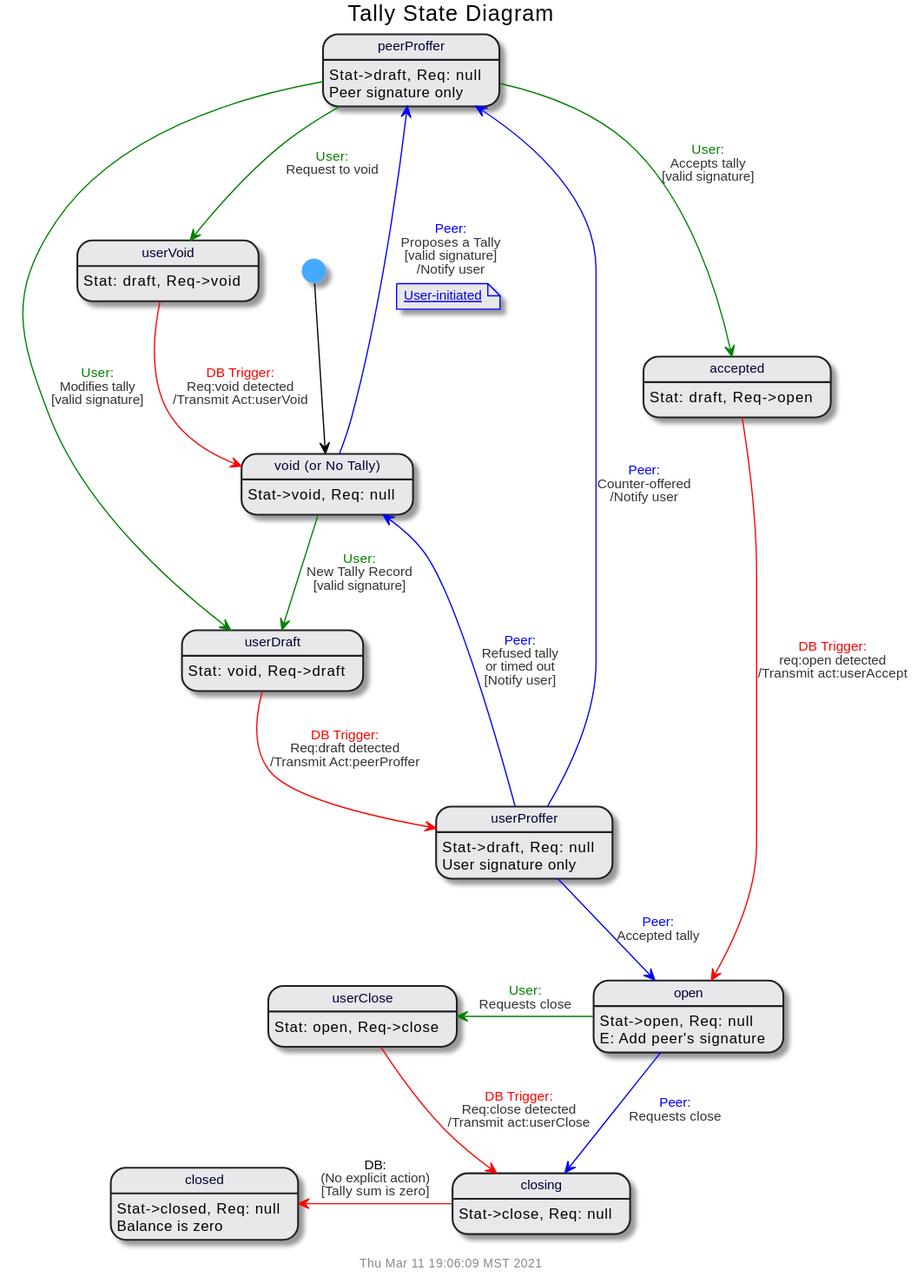
The PlantUML diagram doc/uml/state-tally.svg in gotchoices/MyCHIPs, before a commit.
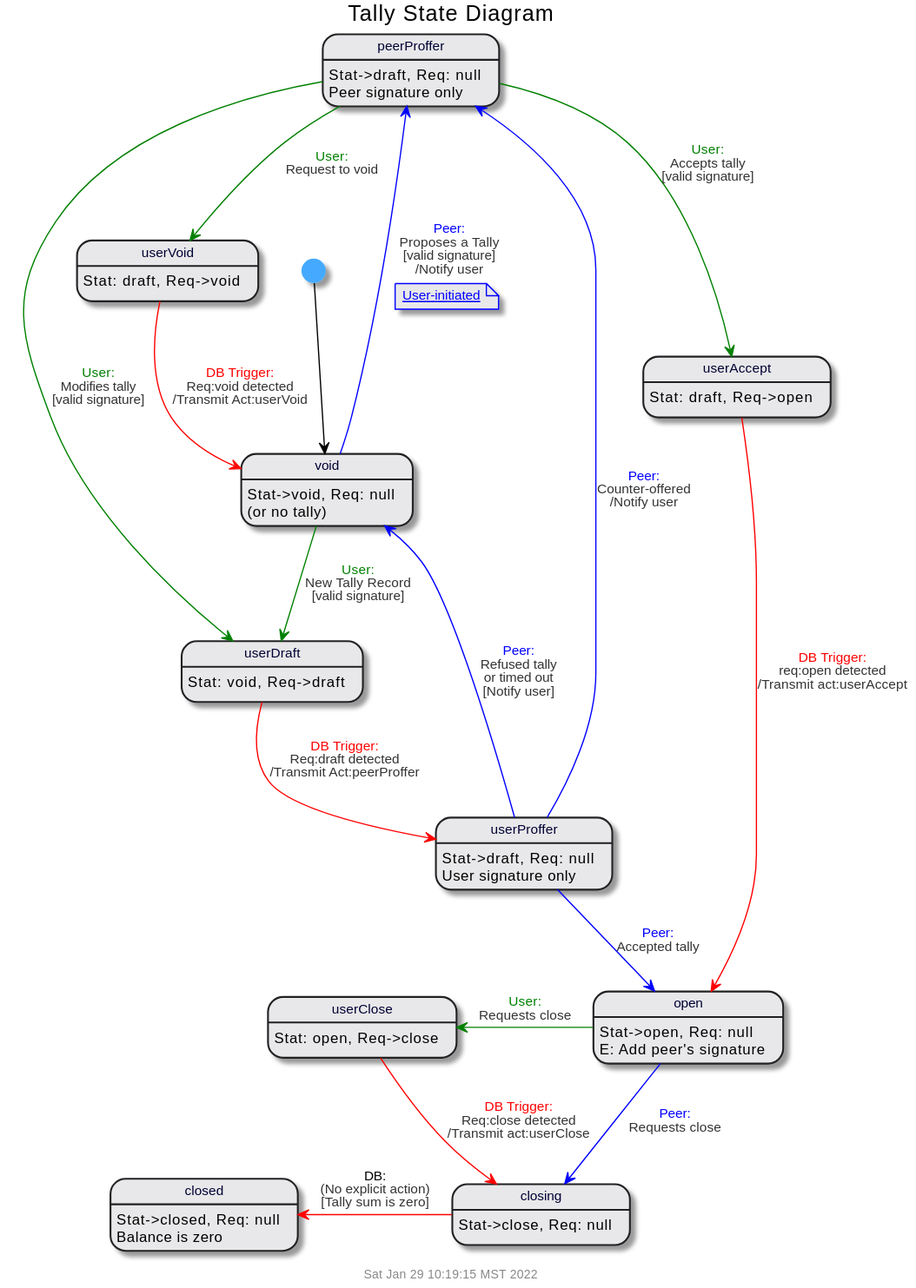
After the change.

The edit, as a diff of the source:
```diff
@@ -3,13 +3,13 @@
 
 $title(Tally State Diagram)
 [*] --> void
-state "void  (or No Tally)" as void
+state "void" as void
 
 userVoid : Stat: draft, Req->void
-accepted : Stat: draft, Req->open
+userAccept : Stat: draft, Req->open
 userDraft : Stat: void, Req->draft
 userClose : Stat: open, Req->close
-void : Stat->void, Req: null
+void : Stat->void, Req: null\n(or no tally)
 open : Stat->open, Req: null
 closing : Stat->close, Req: null
 peerProffer : Stat->draft, Req: null
@@ -30,9 +30,9 @@
 
 peerProffer -[$user]-> userVoid : $trans($user,Request to void)
 peerProffer -[$user]-> userDraft : $trans($user,Modifies tally,valid signature)
-peerProffer -[$user]-> accepted : $trans($user,Accepts tally,valid signature)
+peerProffer -[$user]-> userAccept : $trans($user,Accepts tally,valid signature)
 
-accepted -[$db]-> open : $trans($db,req:open detected,'',Transmit act:userAccept)
+userAccept -[$db]-> open : $trans($db,req:open detected,'',Transmit act:userAccept)
 
 userDraft -[$db]-> userProffer : $trans($db,Req:draft detected,,Transmit Act:peerProffer)
 
```
